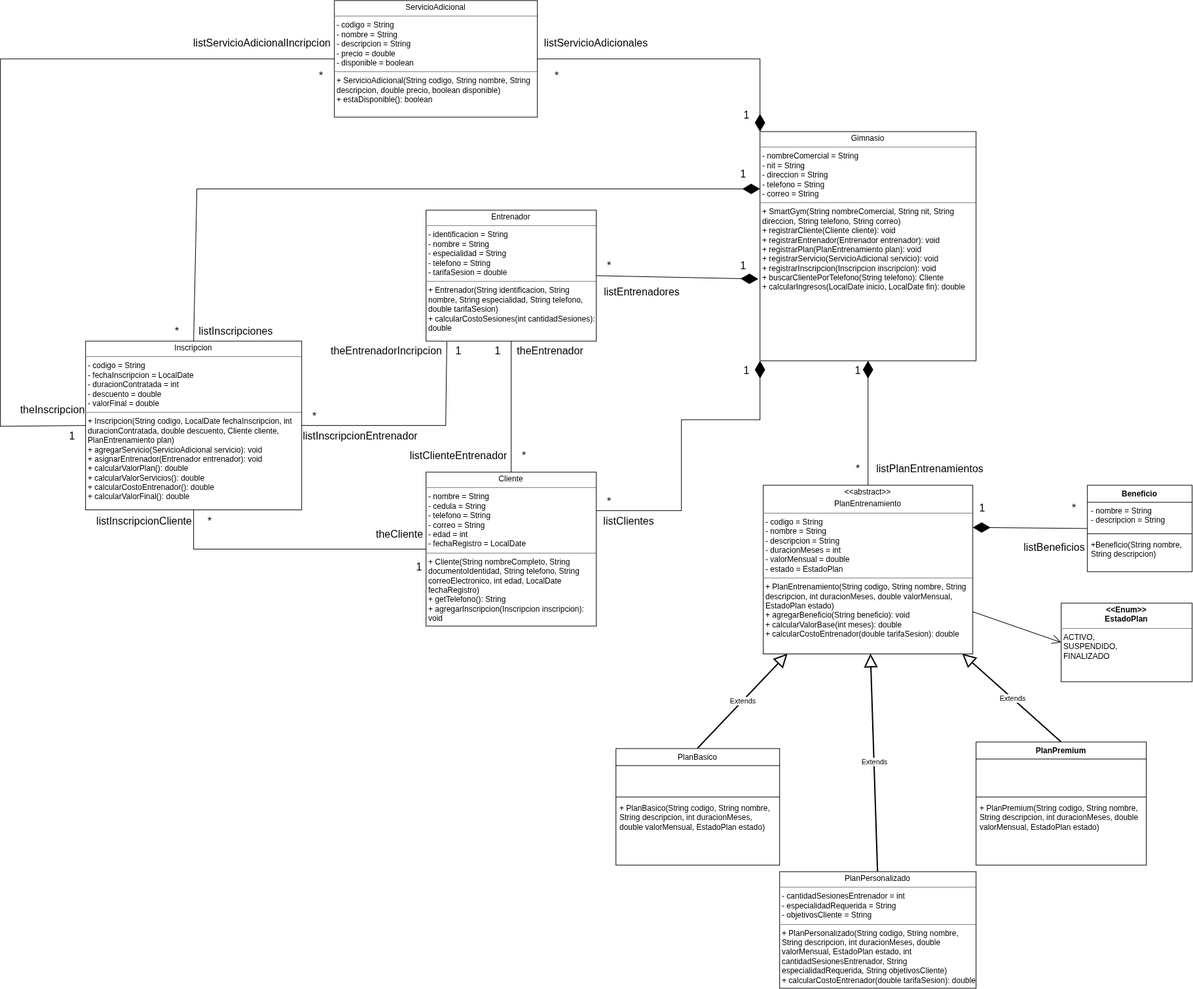
Above: src/info/Parcial1-Gimnasio.drawio.png in alejandrocastaneda1/Parcial1 (draw.io), before the change. Source tidied: cells renumbered, new cells last; positions are measured from the earlier drawing's top-left corner, leaving out a move shared by most shapes.
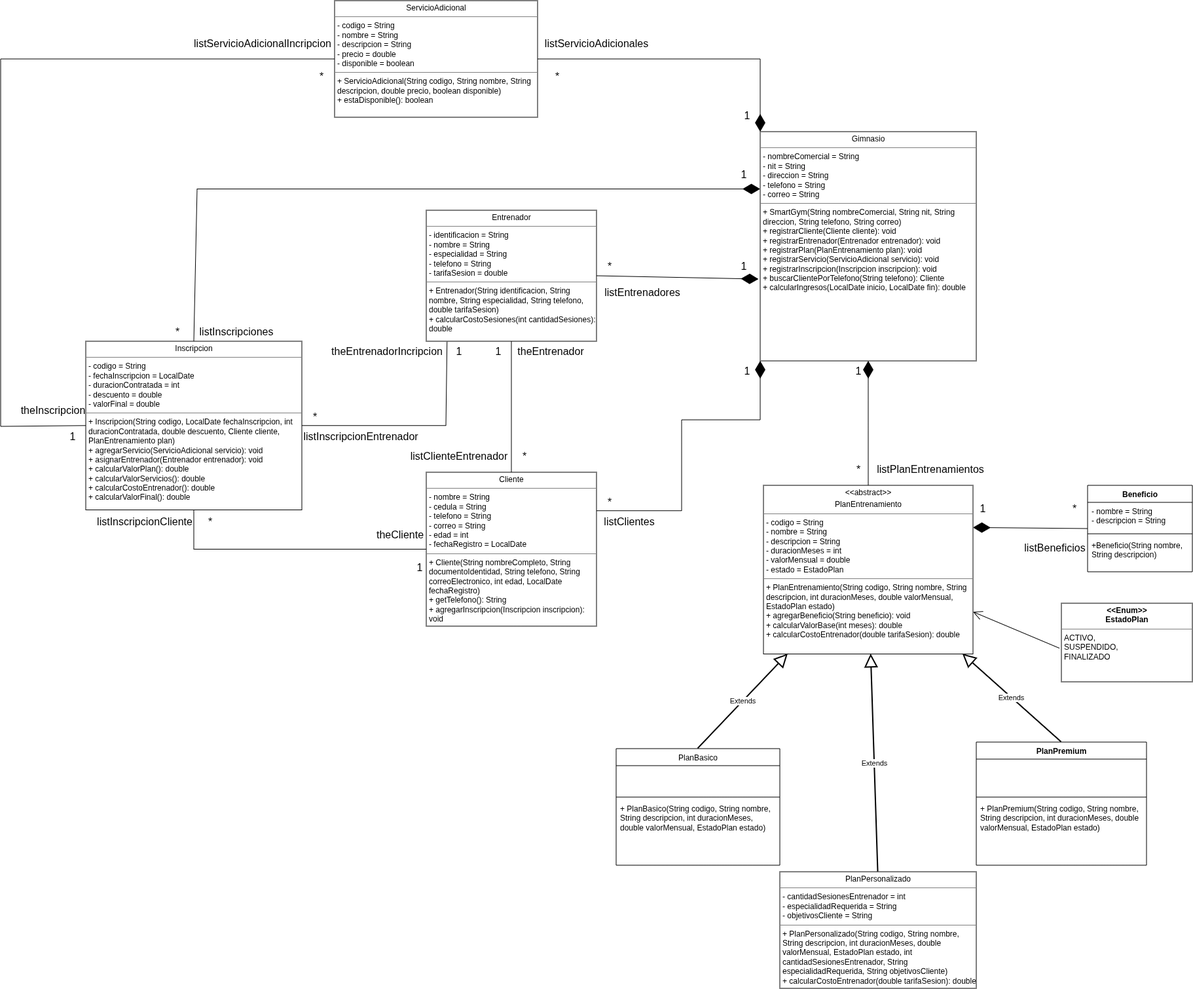
After the change.

Commit message:
cambio del diagrama de clases

What changed in the source:
```diff
@@ -71,7 +71,7 @@
     <mxCell id="24" value="&lt;font style=&quot;font-size: 16px;&quot;&gt;listPlanEntrenamientos&lt;/font&gt;" style="text;html=1;whiteSpace=wrap;strokeColor=none;fillColor=none;align=center;verticalAlign=middle;rounded=0;" parent="1" vertex="1">
       <mxGeometry x="1390" y="700" width="60" height="30" as="geometry" />
     </mxCell>
-    <mxCell id="25" style="endArrow=open;endFill=1;endSize=12;html=1;rounded=0;exitX=1;exitY=0.75;exitDx=0;exitDy=0;entryX=0;entryY=0.5;entryDx=0;entryDy=0;" parent="1" edge="1" source="6" target="9">
+    <mxCell id="25" style="endArrow=open;endFill=1;endSize=12;html=1;rounded=0;entryX=1;entryY=0.75;entryDx=0;entryDy=0;exitX=-0.015;exitY=0.572;exitDx=0;exitDy=0;exitPerimeter=0;" parent="1" edge="1" source="9" target="6">
       <mxGeometry relative="1" as="geometry" />
     </mxCell>
     <mxCell id="26" style="endArrow=diamondThin;endFill=1;endSize=24;html=1;rounded=0;exitX=1;exitY=0.5;exitDx=0;exitDy=0;entryX=-0.008;entryY=0.643;entryDx=0;entryDy=0;entryPerimeter=0;" parent="1" edge="1" source="4" target="2">
```
